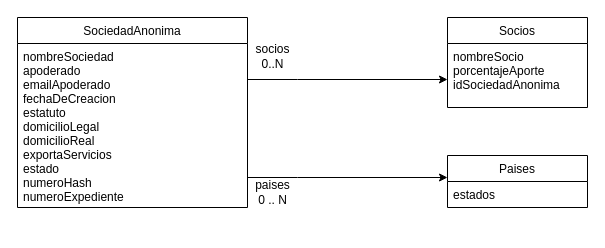
The draw.io diagram dbDiagram.drawio in maruPortal/DSSD, before the edit. Source tidied: cells renumbered, new cells numbered last; positions are measured from the earlier drawing's top-left corner, leaving out a move shared by most shapes. Both pictures are drawn from the tidied source at 100%, with x=0, y=0 at pixel (17, 17).
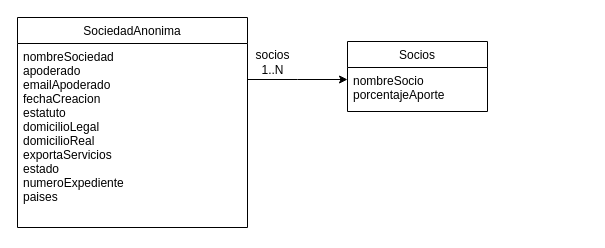
The same page after the edit.

Diff of the diagram source:
```diff
@@
 <mxGraphModel>
   <root>
     <mxCell id="0" />
     <mxCell id="1" parent="0" />
     <mxCell id="2" value="SociedadAnonima" style="swimlane;fontStyle=0;horizontal=1;startSize=26;fillColor=none;" parent="1" vertex="1">
-      <mxGeometry width="230" height="190" as="geometry" />
+      <mxGeometry width="230" height="210" as="geometry" />
     </mxCell>
-    <mxCell id="3" value="nombreSociedad&#10;apoderado&#10;emailApoderado&#10;fechaDeCreacion&#10;estatuto&#10;domicilioLegal&#10;domicilioReal&#10;exportaServicios&#10;estado&#10;numeroHash&#10;numeroExpediente&#10;&#10;" style="text;strokeColor=none;fillColor=none;align=left;verticalAlign=top;spacingLeft=4;spacingRight=4;overflow=hidden;points=[[0,0.5],[1,0.5]];portConstraint=eastwest;fontColor=#000000;" parent="2" vertex="1">
-      <mxGeometry y="26" width="230" height="164" as="geometry" />
+    <mxCell id="3" value="nombreSociedad&#10;apoderado&#10;emailApoderado&#10;fechaCreacion&#10;estatuto&#10;domicilioLegal&#10;domicilioReal&#10;exportaServicios&#10;estado&#10;numeroExpediente&#10;paises" style="text;strokeColor=none;fillColor=none;align=left;verticalAlign=top;spacingLeft=4;spacingRight=4;overflow=hidden;points=[[0,0.5],[1,0.5]];portConstraint=eastwest;fontColor=#000000;" parent="2" vertex="1">
+      <mxGeometry y="26" width="230" height="184" as="geometry" />
     </mxCell>
     <mxCell id="4" value="Socios" style="swimlane;fontStyle=0;horizontal=1;startSize=26;fillColor=none;" parent="1" vertex="1">
-      <mxGeometry x="430" width="140" height="90" as="geometry" />
+      <mxGeometry x="330" y="24" width="140" height="70" as="geometry" />
     </mxCell>
-    <mxCell id="5" value="nombreSocio&#10;porcentajeAporte&#10;idSociedadAnonima&#10;&#10;" style="text;strokeColor=none;fillColor=none;align=left;verticalAlign=top;spacingLeft=4;spacingRight=4;overflow=hidden;points=[[0,0.5],[1,0.5]];portConstraint=eastwest;" parent="4" vertex="1">
-      <mxGeometry y="26" width="140" height="64" as="geometry" />
+    <mxCell id="5" value="nombreSocio&#10;porcentajeAporte&#10;" style="text;strokeColor=none;fillColor=none;align=left;verticalAlign=top;spacingLeft=4;spacingRight=4;overflow=hidden;points=[[0,0.5],[1,0.5]];portConstraint=eastwest;" parent="4" vertex="1">
+      <mxGeometry y="26" width="140" height="44" as="geometry" />
     </mxCell>
     <mxCell id="6" style="edgeStyle=orthogonalEdgeStyle;rounded=0;jettySize=auto;html=1;" parent="1" edge="1" source="3" target="5">
       <mxGeometry relative="1" as="geometry">
         <Array as="points">
           <mxPoint x="280" y="62" />
           <mxPoint x="280" y="62" />
         </Array>
       </mxGeometry>
     </mxCell>
-    <mxCell id="7" value="&lt;div&gt;socios&lt;/div&gt;&lt;div&gt;0&lt;span&gt;..N&lt;/span&gt;&lt;/div&gt;" style="text;html=1;align=center;verticalAlign=middle;strokeColor=none;fillColor=none;" parent="1" vertex="1">
-      <mxGeometry x="230" y="24" width="50" height="30" as="geometry" />
+    <mxCell id="7" value="&lt;div&gt;socios&lt;/div&gt;&lt;div&gt;&lt;span&gt;1..N&lt;/span&gt;&lt;/div&gt;" style="text;html=1;align=center;verticalAlign=middle;strokeColor=none;fillColor=none;" parent="1" vertex="1">
+      <mxGeometry x="230" y="30" width="50" height="30" as="geometry" />
     </mxCell>
-    <mxCell id="8" value="Paises" style="swimlane;fontStyle=0;horizontal=1;startSize=26;fillColor=none;" parent="1" vertex="1">
-      <mxGeometry x="430" y="138" width="140" height="52" as="geometry" />
-    </mxCell>
-    <mxCell id="9" value="estados" style="text;strokeColor=none;fillColor=none;align=left;verticalAlign=top;spacingLeft=4;spacingRight=4;overflow=hidden;" parent="8" vertex="1">
-      <mxGeometry y="26" width="140" height="26" as="geometry" />
-    </mxCell>
-    <mxCell id="10" value="paises&lt;br&gt;0 .. N" style="text;html=1;align=center;verticalAlign=middle;strokeColor=none;fillColor=none;" parent="1" vertex="1">
-      <mxGeometry x="230" y="160" width="50" height="30" as="geometry" />
-    </mxCell>
-    <mxCell id="11" style="edgeStyle=orthogonalEdgeStyle;rounded=0;orthogonalLoop=1;jettySize=auto;html=1;" parent="1" edge="1">
-      <mxGeometry relative="1" as="geometry">
-        <mxPoint x="230" y="160" as="sourcePoint" />
-        <mxPoint x="430" y="160" as="targetPoint" />
-        <Array as="points">
-          <mxPoint x="280" y="160" />
-          <mxPoint x="280" y="160" />
-        </Array>
-      </mxGeometry>
-    </mxCell>
   </root>
 </mxGraphModel>
```
